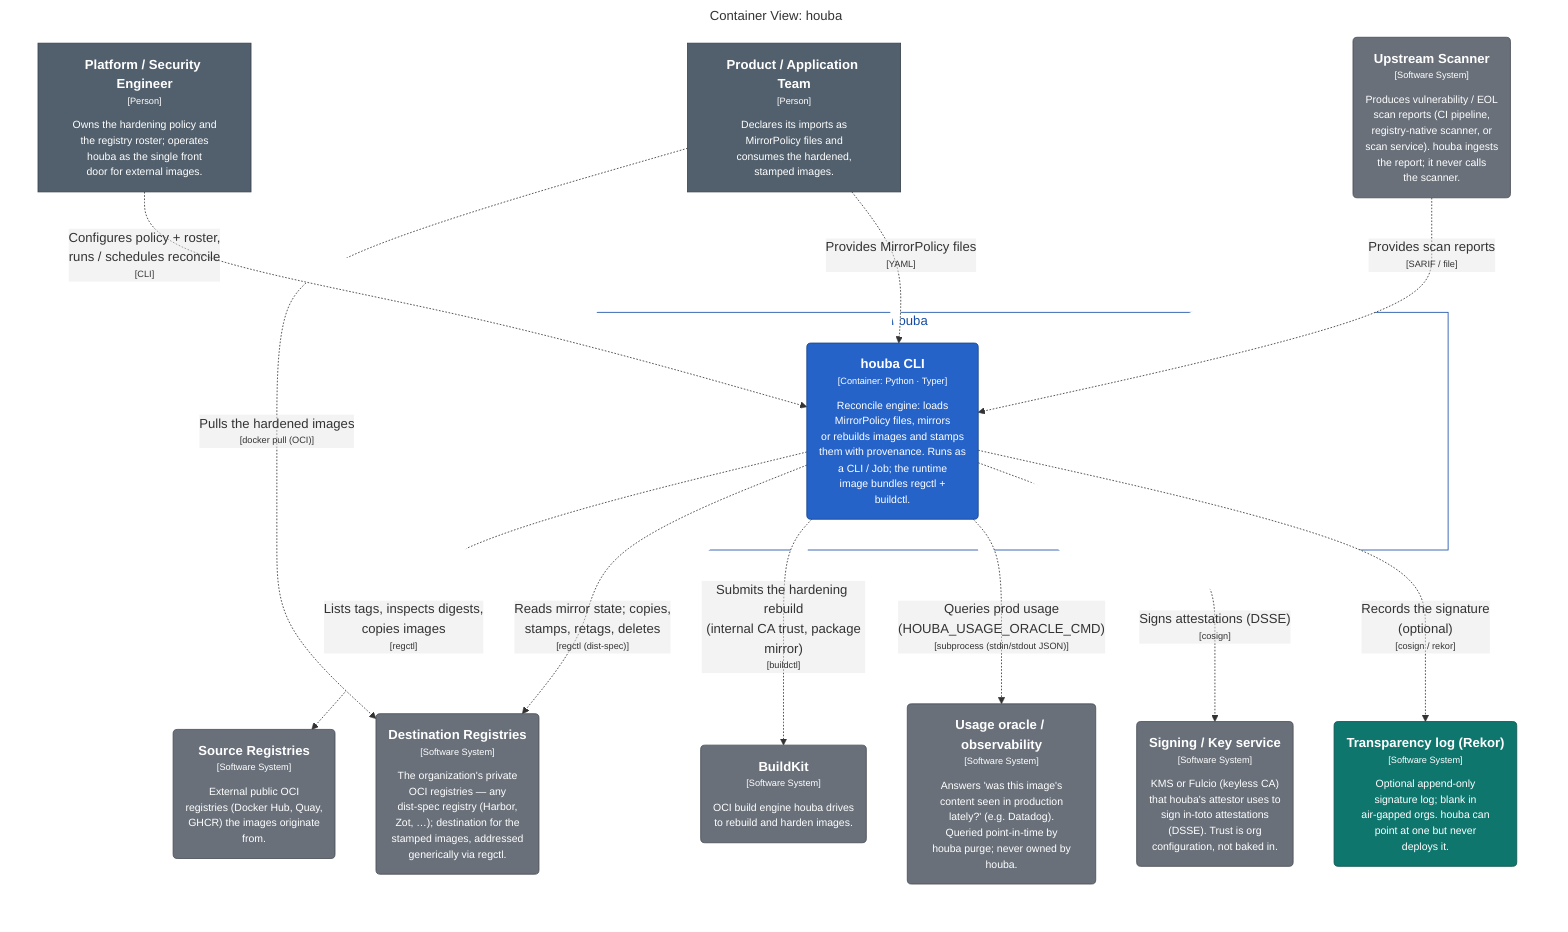
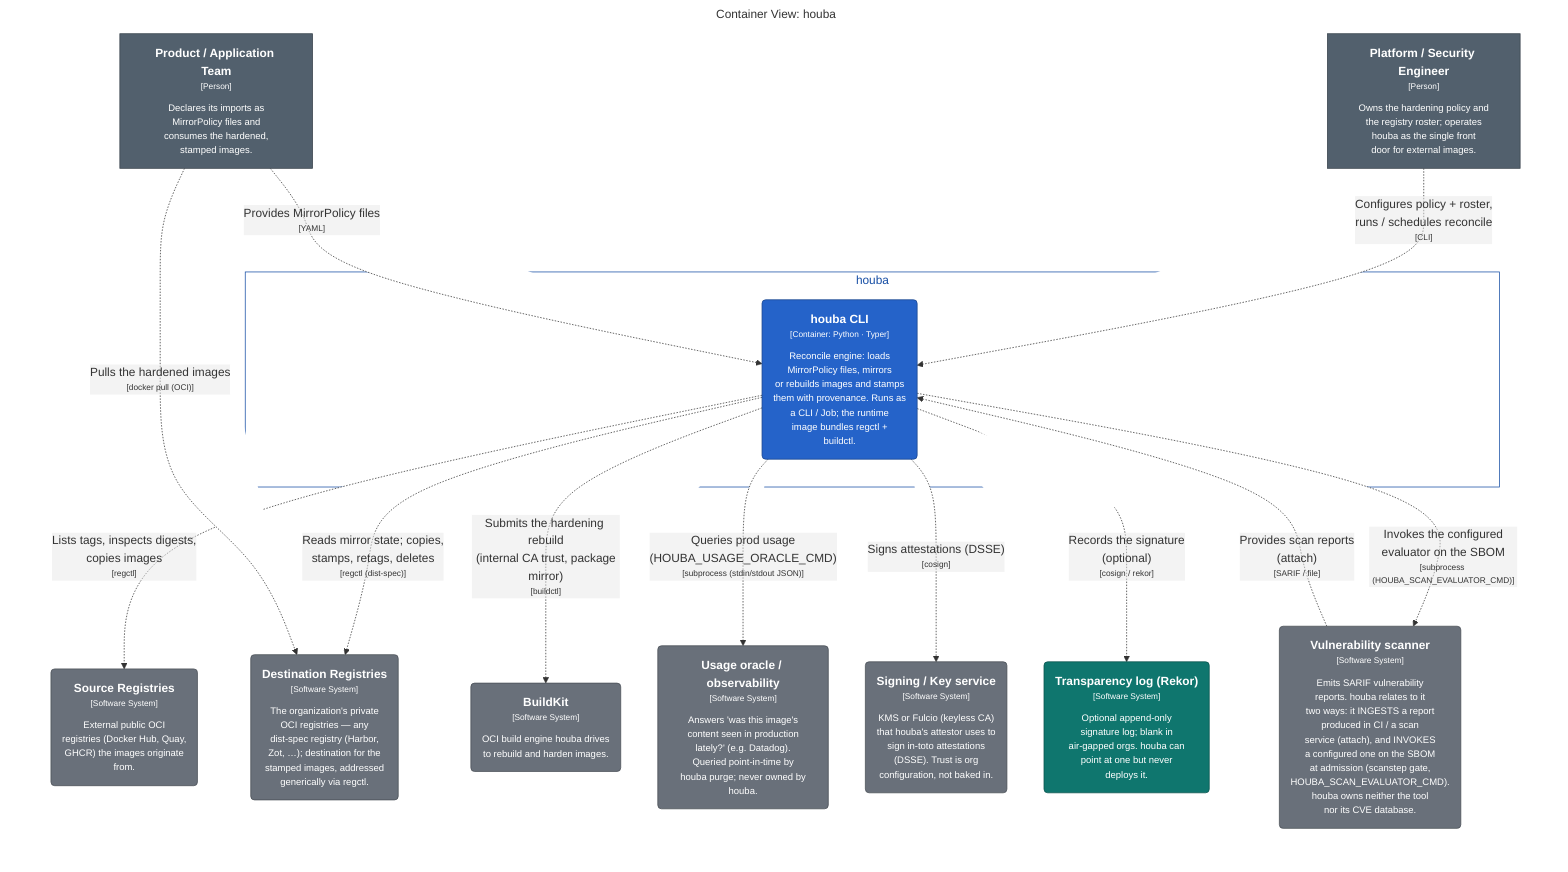
graph LR
  linkStyle default fill:#ffffff

  subgraph diagram ["Container View: houba"]
    style diagram fill:#ffffff,stroke:#ffffff

    1["<div style='font-weight: bold'>Platform / Security Engineer</div><div style='font-size: 70%; margin-top: 0px'>[Person]</div><div style='font-size: 80%; margin-top:10px'>Owns the hardening policy and<br />the registry roster; operates<br />houba as the single front<br />door for external images.</div>"]
    style 1 fill:#52606d,stroke:#39434c,color:#ffffff
    2["<div style='font-weight: bold'>Product / Application Team</div><div style='font-size: 70%; margin-top: 0px'>[Person]</div><div style='font-size: 80%; margin-top:10px'>Declares its imports as<br />MirrorPolicy files and<br />consumes the hardened,<br />stamped images.</div>"]
    style 2 fill:#52606d,stroke:#39434c,color:#ffffff
    52("<div style='font-weight: bold'>Source Registries</div><div style='font-size: 70%; margin-top: 0px'>[Software System]</div><div style='font-size: 80%; margin-top:10px'>External public OCI<br />registries (Docker Hub, Quay,<br />GHCR) the images originate<br />from.</div>")
    style 52 fill:#69707a,stroke:#494e55,color:#ffffff
    53("<div style='font-weight: bold'>Destination Registries</div><div style='font-size: 70%; margin-top: 0px'>[Software System]</div><div style='font-size: 80%; margin-top:10px'>The organization's private<br />OCI registries — any<br />dist-spec registry (Harbor,<br />Zot, …); destination for the<br />stamped images, addressed<br />generically via regctl.</div>")
    style 53 fill:#69707a,stroke:#494e55,color:#ffffff
    54("<div style='font-weight: bold'>BuildKit</div><div style='font-size: 70%; margin-top: 0px'>[Software System]</div><div style='font-size: 80%; margin-top:10px'>OCI build engine houba drives<br />to rebuild and harden images.</div>")
    style 54 fill:#69707a,stroke:#494e55,color:#ffffff
    58("<div style='font-weight: bold'>Usage oracle / observability</div><div style='font-size: 70%; margin-top: 0px'>[Software System]</div><div style='font-size: 80%; margin-top:10px'>Answers 'was this image's<br />content seen in production<br />lately?' (e.g. Datadog).<br />Queried point-in-time by<br />houba purge; never owned by<br />houba.</div>")
    style 58 fill:#69707a,stroke:#494e55,color:#ffffff
    59("<div style='font-weight: bold'>Signing / Key service</div><div style='font-size: 70%; margin-top: 0px'>[Software System]</div><div style='font-size: 80%; margin-top:10px'>KMS or Fulcio (keyless CA)<br />that houba's attestor uses to<br />sign in-toto attestations<br />(DSSE). Trust is org<br />configuration, not baked in.</div>")
    style 59 fill:#69707a,stroke:#494e55,color:#ffffff
    60("<div style='font-weight: bold'>Transparency log (Rekor)</div><div style='font-size: 70%; margin-top: 0px'>[Software System]</div><div style='font-size: 80%; margin-top:10px'>Optional append-only<br />signature log; blank in<br />air-gapped orgs. houba can<br />point at one but never<br />deploys it.</div>")
    style 60 fill:#0f766e,stroke:#0a524d,color:#ffffff
-     61("<div style='font-weight: bold'>Upstream Scanner</div><div style='font-size: 70%; margin-top: 0px'>[Software System]</div><div style='font-size: 80%; margin-top:10px'>Produces vulnerability / EOL<br />scan reports (CI pipeline,<br />registry-native scanner, or<br />scan service). houba ingests<br />the report; it never calls<br />the scanner.</div>")
+     61("<div style='font-weight: bold'>Vulnerability scanner</div><div style='font-size: 70%; margin-top: 0px'>[Software System]</div><div style='font-size: 80%; margin-top:10px'>Emits SARIF vulnerability<br />reports. houba relates to it<br />two ways: it INGESTS a report<br />produced in CI / a scan<br />service (attach), and INVOKES<br />a configured one on the SBOM<br />at admission (scanstep gate,<br />HOUBA_SCAN_EVALUATOR_CMD).<br />houba owns neither the tool<br />nor its CVE database.</div>")
    style 61 fill:#69707a,stroke:#494e55,color:#ffffff

    subgraph 4 ["houba"]
      style 4 fill:#ffffff,stroke:#154da4,color:#154da4

      5("<div style='font-weight: bold'>houba CLI</div><div style='font-size: 70%; margin-top: 0px'>[Container: Python · Typer]</div><div style='font-size: 80%; margin-top:10px'>Reconcile engine: loads<br />MirrorPolicy files, mirrors<br />or rebuilds images and stamps<br />them with provenance. Runs as<br />a CLI / Job; the runtime<br />image bundles regctl +<br />buildctl.</div>")
      style 5 fill:#2563c9,stroke:#19458c,color:#ffffff
    end

    5-. "<div>Lists tags, inspects digests,<br />copies images</div><div style='font-size: 70%'>[regctl]</div>" .->52
    5-. "<div>Reads mirror state; copies,<br />stamps, retags, deletes</div><div style='font-size: 70%'>[regctl (dist-spec)]</div>" .->53
    5-. "<div>Submits the hardening rebuild<br />(internal CA trust, package<br />mirror)</div><div style='font-size: 70%'>[buildctl]</div>" .->54
    5-. "<div>Queries prod usage<br />(HOUBA_USAGE_ORACLE_CMD)</div><div style='font-size: 70%'>[subprocess (stdin/stdout JSON)]</div>" .->58
+     5-. "<div>Invokes the configured<br />evaluator on the SBOM</div><div style='font-size: 70%'>[subprocess (HOUBA_SCAN_EVALUATOR_CMD)]</div>" .->61
    5-. "<div>Signs attestations (DSSE)</div><div style='font-size: 70%'>[cosign]</div>" .->59
    5-. "<div>Records the signature<br />(optional)</div><div style='font-size: 70%'>[cosign / rekor]</div>" .->60
    2-. "<div>Pulls the hardened images</div><div style='font-size: 70%'>[docker pull (OCI)]</div>" .->53
    1-. "<div>Configures policy + roster,<br />runs / schedules reconcile</div><div style='font-size: 70%'>[CLI]</div>" .->5
    2-. "<div>Provides MirrorPolicy files</div><div style='font-size: 70%'>[YAML]</div>" .->5
-     61-. "<div>Provides scan reports</div><div style='font-size: 70%'>[SARIF / file]</div>" .->5
+     61-. "<div>Provides scan reports<br />(attach)</div><div style='font-size: 70%'>[SARIF / file]</div>" .->5

  end